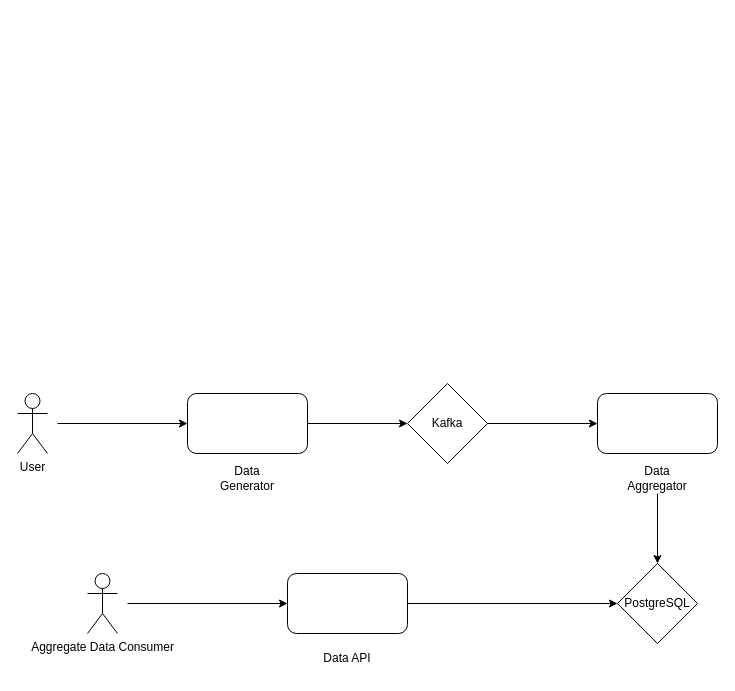
Before: sumit-assignment.drawio in shardulsrivastava/kafka-data-pipeline, a draw.io diagram. Source tidied: cells renumbered, new cells numbered last; positions are measured from the earlier drawing's top-left corner, leaving out a move shared by most shapes. Both pictures are drawn from the tidied source at 100%, with x=0, y=0 at pixel (17, 383).
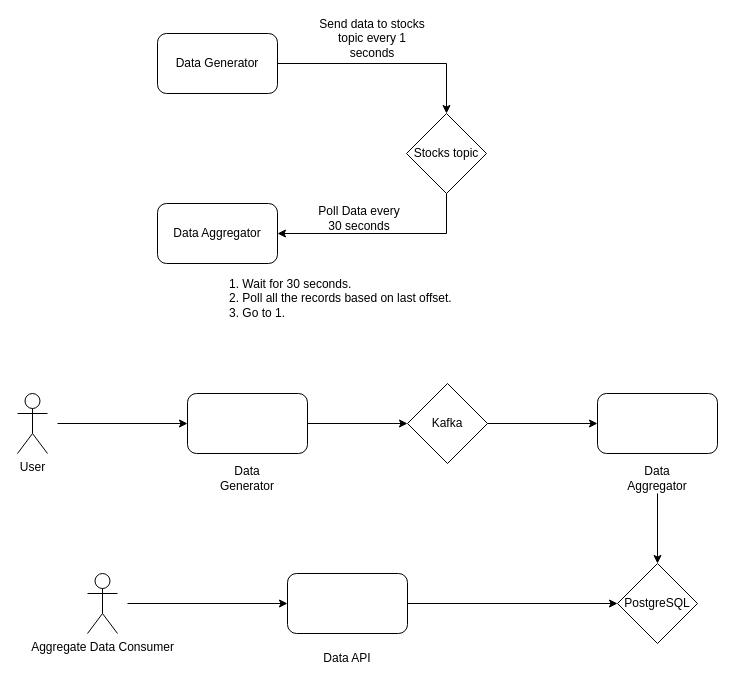
The same diagram, later.

Commit message (it also covers changes not shown here):
Add local docker compose and aggregator code

The edit, as a diff of the source:
```diff
@@
+    <mxCell id="18" value="Data Generator" style="rounded=1;whiteSpace=wrap;html=1;" parent="1" vertex="1">
+      <mxGeometry x="140" y="-350" width="120" height="60" as="geometry" />
+    </mxCell>
+    <mxCell id="19" value="Data Aggregator" style="rounded=1;whiteSpace=wrap;html=1;" parent="1" vertex="1">
+      <mxGeometry x="140" y="-180" width="120" height="60" as="geometry" />
+    </mxCell>
+    <mxCell id="20" value="Stocks topic" style="rhombus;whiteSpace=wrap;html=1;" parent="1" vertex="1">
+      <mxGeometry x="389" y="-270" width="80" height="80" as="geometry" />
+    </mxCell>
+    <mxCell id="21" style="endArrow=classic;html=1;rounded=0;exitX=1;exitY=0.5;exitDx=0;exitDy=0;entryX=0.5;entryY=0;entryDx=0;entryDy=0;" parent="1" edge="1" source="18" target="20">
+      <mxGeometry relative="1" as="geometry">
+        <Array as="points">
+          <mxPoint x="429" y="-320" />
+        </Array>
+      </mxGeometry>
+    </mxCell>
+    <mxCell id="22" value="Send data to stocks topic every 1 seconds" style="text;html=1;strokeColor=none;fillColor=none;align=center;verticalAlign=middle;whiteSpace=wrap;rounded=0;" parent="1" vertex="1">
+      <mxGeometry x="300" y="-360" width="110" height="30" as="geometry" />
+    </mxCell>
+    <mxCell id="23" style="endArrow=classic;html=1;rounded=0;exitX=0.5;exitY=1;exitDx=0;exitDy=0;entryX=1;entryY=0.5;entryDx=0;entryDy=0;" parent="1" edge="1" source="20" target="19">
+      <mxGeometry relative="1" as="geometry">
+        <Array as="points">
+          <mxPoint x="429" y="-150" />
+        </Array>
+      </mxGeometry>
+    </mxCell>
+    <mxCell id="24" value="Poll Data every 30 seconds" style="text;html=1;strokeColor=none;fillColor=none;align=center;verticalAlign=middle;whiteSpace=wrap;rounded=0;" parent="1" vertex="1">
+      <mxGeometry x="300" y="-180" width="84" height="30" as="geometry" />
+    </mxCell>
+    <mxCell id="25" value="1. Wait for 30 seconds.&lt;br&gt;2. Poll all the records based on last offset.&lt;br&gt;3. Go to 1." style="text;html=1;strokeColor=none;fillColor=none;align=left;verticalAlign=middle;whiteSpace=wrap;rounded=0;" parent="1" vertex="1">
+      <mxGeometry x="210" y="-110" width="260" height="50" as="geometry" />
+    </mxCell>
```
